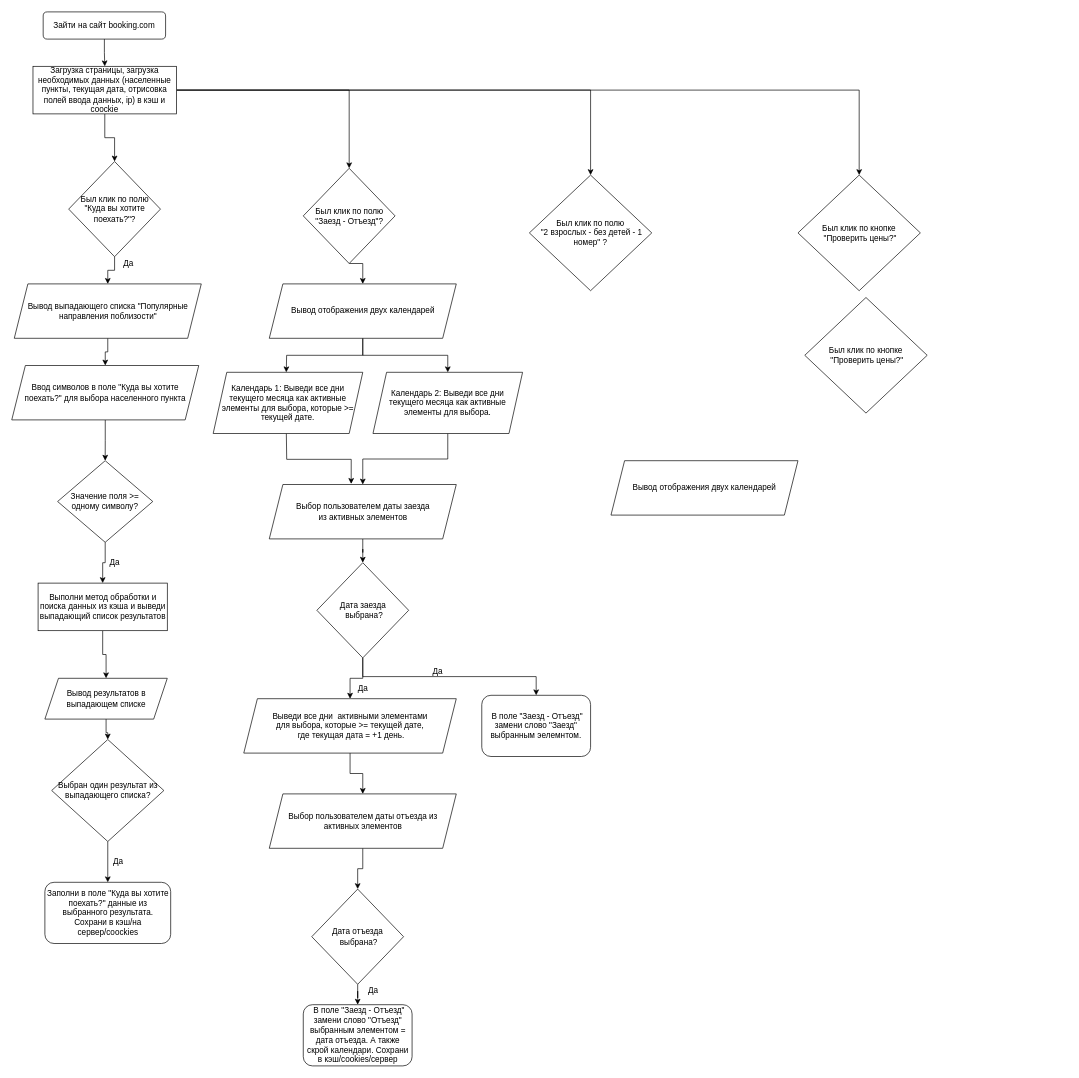
This is page "Фильтрация номеров" (1 of 2) of Untitled Diagram.drawio from ArtSheff/hw-dotnet, a draw.io file, before an edit. Source tidied: cells renumbered, new cells numbered last; positions are measured from the earlier drawing's top-left corner, leaving out a move shared by most shapes. Both pictures are drawn from the tidied source at 68%, with x=0, y=0 at pixel (12, 12).
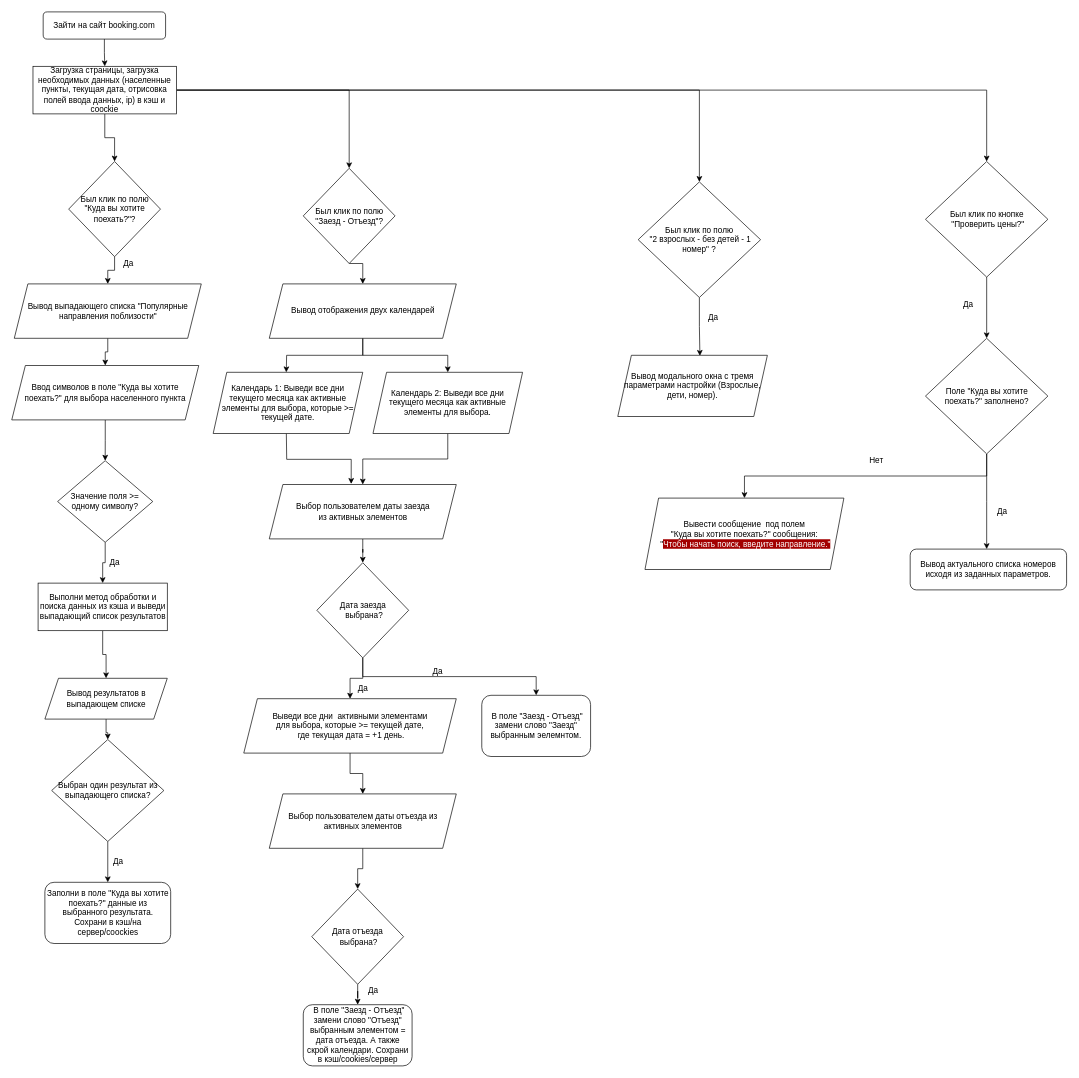
The same diagram, later.

The edit, as a diff of the source:
```diff
@@
-    <mxCell id="24" value="&lt;span&gt;Вывод отображения двух календарей&lt;/span&gt;" style="shape=parallelogram;perimeter=parallelogramPerimeter;whiteSpace=wrap;html=1;fixedSize=1;" parent="1" vertex="1">
-      <mxGeometry x="881" y="660" width="275" height="80" as="geometry" />
-    </mxCell>
@@
+    <mxCell id="56" style="edgeStyle=orthogonalEdgeStyle;rounded=0;jettySize=auto;html=1;entryX=0.549;entryY=0.009;entryDx=0;entryDy=0;entryPerimeter=0;" parent="1" edge="1" source="53" target="64">
+      <mxGeometry relative="1" as="geometry" />
+    </mxCell>
     <mxCell id="53" value="Был клик по полю&lt;br&gt;&amp;nbsp;&quot;2 взрослых - без детей - 1 номер&quot; ?" style="rhombus;whiteSpace=wrap;html=1;" parent="1" vertex="1">
-      <mxGeometry x="761" y="240" width="180" height="170" as="geometry" />
+      <mxGeometry x="921" y="250" width="180" height="170" as="geometry" />
     </mxCell>
+    <mxCell id="57" style="edgeStyle=orthogonalEdgeStyle;rounded=0;jettySize=auto;html=1;entryX=0.5;entryY=0;entryDx=0;entryDy=0;" parent="1" edge="1" source="54" target="55">
+      <mxGeometry relative="1" as="geometry" />
+    </mxCell>
     <mxCell id="54" value="Был клик по кнопке&lt;br&gt;&amp;nbsp;&quot;Проверить цены?&quot;" style="rhombus;whiteSpace=wrap;html=1;" parent="1" vertex="1">
-      <mxGeometry x="1156" y="240" width="180" height="170" as="geometry" />
+      <mxGeometry x="1343.5" y="220" width="180" height="170" as="geometry" />
     </mxCell>
+    <mxCell id="58" style="edgeStyle=orthogonalEdgeStyle;rounded=0;jettySize=auto;html=1;entryX=0.5;entryY=0;entryDx=0;entryDy=0;" parent="1" edge="1" source="55">
+      <mxGeometry relative="1" as="geometry">
+        <mxPoint x="1433.5" y="790" as="targetPoint" />
+      </mxGeometry>
+    </mxCell>
+    <mxCell id="59" style="edgeStyle=orthogonalEdgeStyle;rounded=0;jettySize=auto;html=1;exitX=0.5;exitY=1;exitDx=0;exitDy=0;" parent="1" edge="1" source="55" target="61">
+      <mxGeometry relative="1" as="geometry" />
+    </mxCell>
-    <mxCell id="55" value="Был клик по кнопке&lt;br&gt;&amp;nbsp;&quot;Проверить цены?&quot;" style="rhombus;whiteSpace=wrap;html=1;" parent="1" vertex="1">
-      <mxGeometry x="1166" y="420" width="180" height="170" as="geometry" />
+    <mxCell id="55" value="Поле &quot;Куда вы хотите поехать?&quot; заполнено?" style="rhombus;whiteSpace=wrap;html=1;" parent="1" vertex="1">
+      <mxGeometry x="1343.5" y="480" width="180" height="170" as="geometry" />
     </mxCell>
+    <mxCell id="60" value="Да" style="text;html=1;align=center;verticalAlign=middle;strokeColor=none;" parent="1" vertex="1">
+      <mxGeometry x="1391" y="420" width="30" height="20" as="geometry" />
+    </mxCell>
+    <mxCell id="61" value="Вывести сообщение&amp;nbsp; под полем&lt;br&gt;&quot;Куда вы хотите поехать?&quot; сообщения:&lt;br&gt;&amp;nbsp;&quot;&lt;span style=&quot;color: rgb(255 , 255 , 255) ; font-family: &amp;#34;blinkmacsystemfont&amp;#34; , , &amp;#34;segoe ui&amp;#34; , &amp;#34;roboto&amp;#34; , &amp;#34;helvetica&amp;#34; , &amp;#34;arial&amp;#34; , sans-serif ; background-color: rgb(163 , 0 , 0)&quot;&gt;Чтобы начать поиск, введите направление.&quot;&lt;/span&gt;" style="shape=parallelogram;perimeter=parallelogramPerimeter;whiteSpace=wrap;html=1;fixedSize=1;" parent="1" vertex="1">
+      <mxGeometry x="931" y="715" width="292.5" height="105" as="geometry" />
+    </mxCell>
+    <mxCell id="62" value="Нет" style="text;html=1;align=center;verticalAlign=middle;strokeColor=none;rotation=0;" parent="1" vertex="1">
+      <mxGeometry x="1251" y="650" width="40" height="20" as="geometry" />
+    </mxCell>
+    <mxCell id="63" value="Да&lt;br&gt;" style="text;html=1;align=center;verticalAlign=middle;strokeColor=none;" parent="1" vertex="1">
+      <mxGeometry x="1441" y="725" width="30" height="20" as="geometry" />
+    </mxCell>
+    <mxCell id="64" value="&lt;span&gt;Вывод модального окна с тремя параметрами настройки (Взрослые, дети, номер).&lt;/span&gt;" style="shape=parallelogram;perimeter=parallelogramPerimeter;whiteSpace=wrap;html=1;fixedSize=1;" parent="1" vertex="1">
+      <mxGeometry x="891" y="505" width="220" height="90" as="geometry" />
+    </mxCell>
+    <mxCell id="65" value="Да" style="text;html=1;align=center;verticalAlign=middle;strokeColor=none;" parent="1" vertex="1">
+      <mxGeometry x="1016" y="440" width="30" height="20" as="geometry" />
+    </mxCell>
+    <mxCell id="66" value="Вывод актуального списка номеров исходя из заданных параметров." style="rounded=1;whiteSpace=wrap;html=1;" parent="1" vertex="1">
+      <mxGeometry x="1321" y="790" width="230" height="60" as="geometry" />
+    </mxCell>
```
